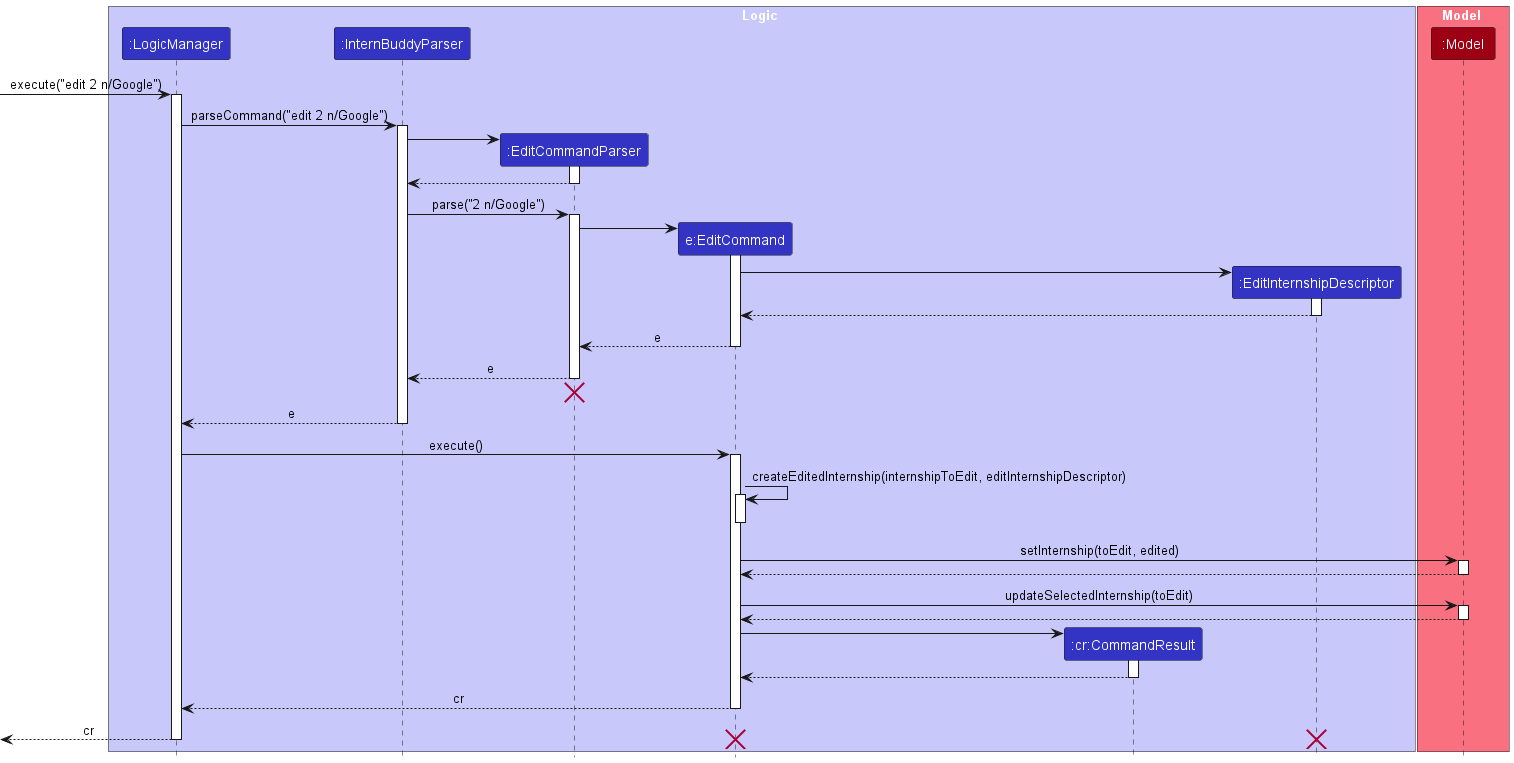
Before: docs/images/EditSequenceDiagram.png, a diagram exported from PlantUML (nus-cs2103-AY2223S2/tp).
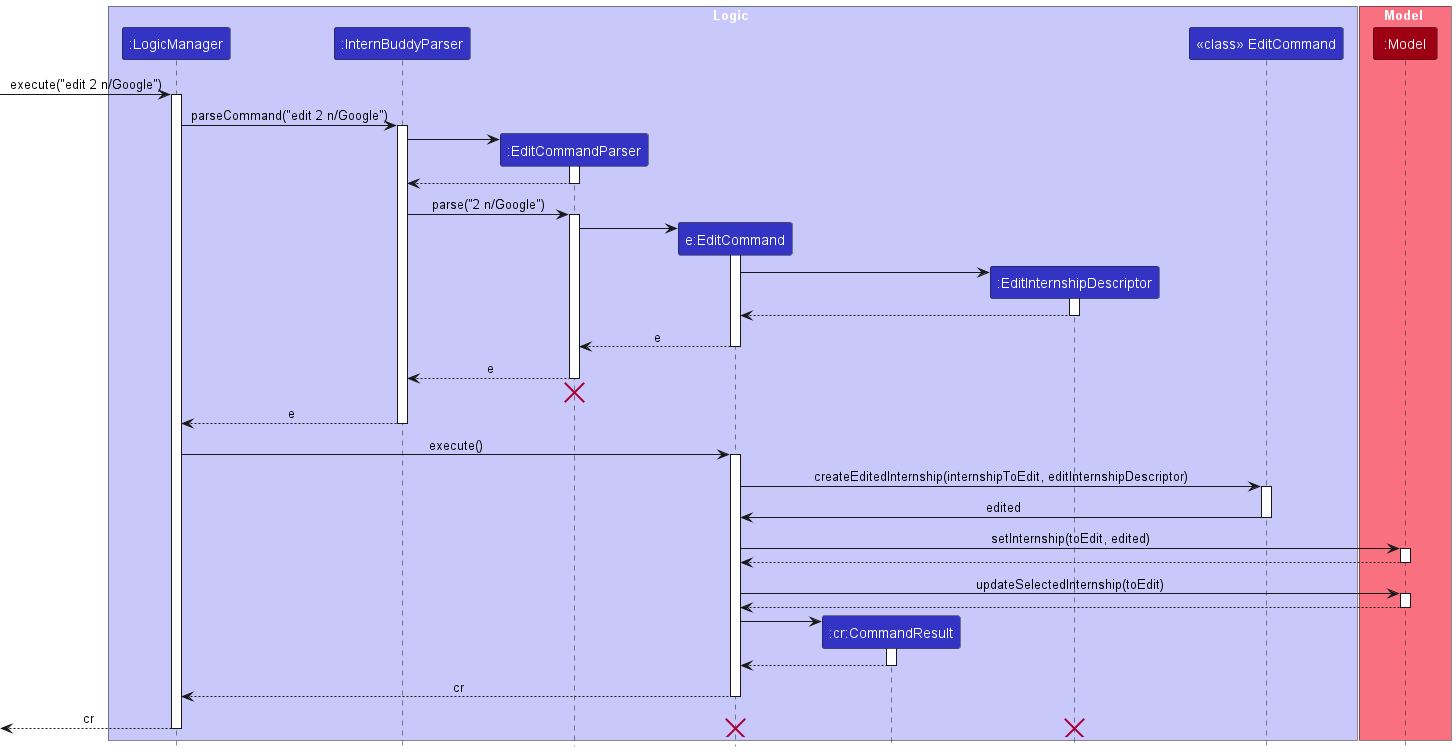
The same file after the commit.

Commit message:
update sequence diagram

The edit, as a diff of the source:
```diff
@@ -8,6 +8,7 @@
 participant "e:EditCommand" as EditCommand LOGIC_COLOR
 participant ":cr:CommandResult" as CommandResult LOGIC_COLOR
 participant ":EditInternshipDescriptor" as Descriptor LOGIC_COLOR
+participant "<<class>> EditCommand" as ClassEditCommand LOGIC_COLOR
 end box
 
 box Model MODEL_COLOR_T1
@@ -51,9 +52,10 @@
 
 LogicManager -> EditCommand : execute()
 activate EditCommand
-EditCommand -> EditCommand : createEditedInternship(internshipToEdit, editInternshipDescriptor)
-activate EditCommand
-deactivate EditCommand
+EditCommand -> ClassEditCommand : createEditedInternship(internshipToEdit, editInternshipDescriptor)
+activate ClassEditCommand
+ClassEditCommand ->EditCommand :edited
+deactivate ClassEditCommand
 EditCommand -> Model : setInternship(toEdit, edited)
 activate Model
 
```
